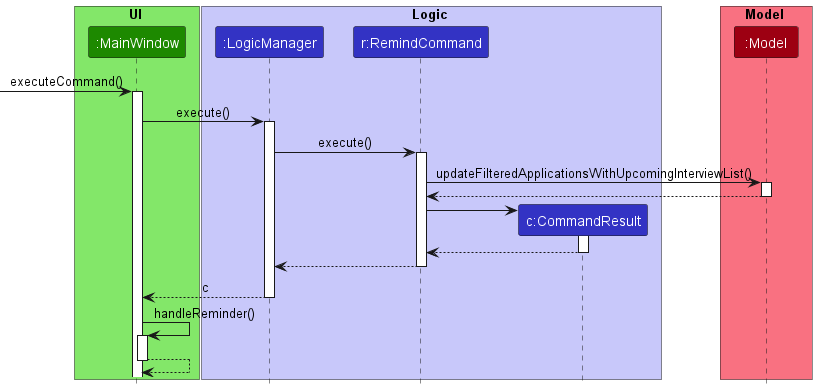
nus-cs2103-AY2223S1/tp keeps this PlantUML diagram as docs/images/RemindSequenceDiagram.png. Above is the earlier version.
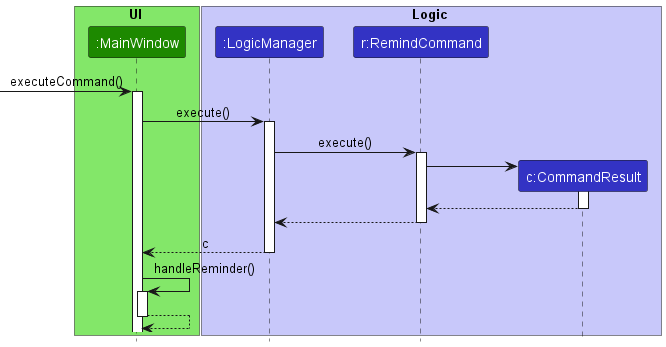
The same file after the commit.

The edit, as a diff of the source:
```diff
@@ -11,10 +11,6 @@
 participant "c:CommandResult" as CommandResult LOGIC_COLOR
 end box
 
-box Model MODEL_COLOR_T1
-participant ":Model" as Model MODEL_COLOR
-end box
-
 [-> MainWindow : executeCommand()
 activate MainWindow
 
@@ -23,12 +19,6 @@
 
 LogicManager -> RemindCommand : execute()
 activate RemindCommand
-
-RemindCommand -> Model : updateFilteredApplicationsWithUpcomingInterviewList()
-activate Model
-
-Model --> RemindCommand
-deactivate Model
 
 create CommandResult
 RemindCommand -> CommandResult :
```
